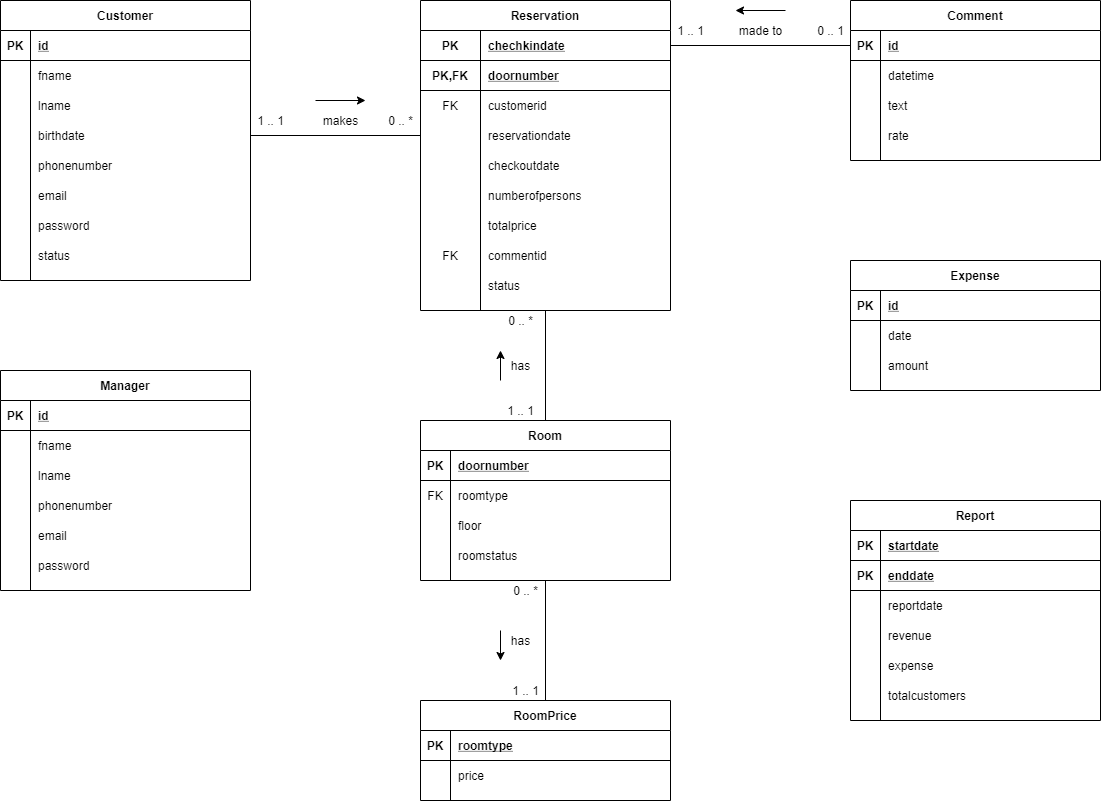
Earlier version of the draw.io export erdiagram.png (fatihfurkanaydemir/ffahotel). Source tidied: cells renumbered, new cells last; positions are measured from the earlier drawing's top-left corner, leaving out a move shared by most shapes.
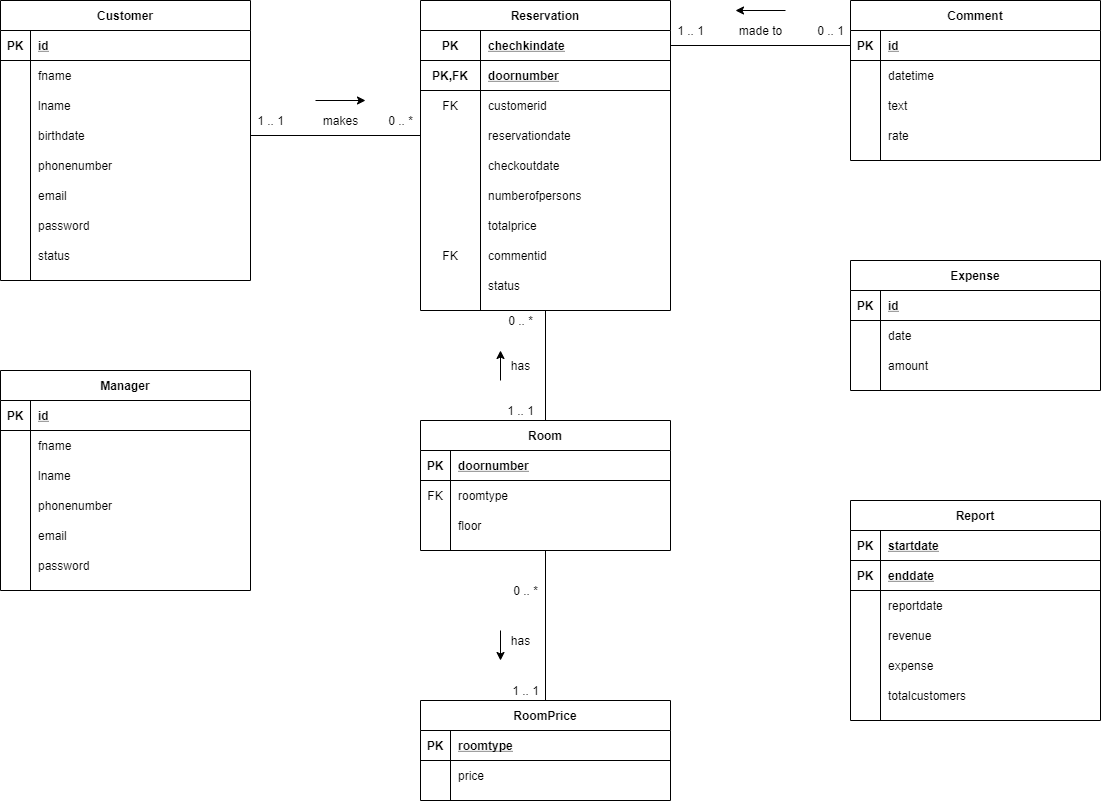
The same diagram one commit later.

Change to the diagram source:
```diff
@@ -180,7 +180,7 @@
       </mxGeometry>
     </mxCell>
     <mxCell id="60" value="Room" style="shape=table;startSize=30;rowLines=0;fontStyle=1;align=center;" parent="1" vertex="1">
-      <mxGeometry x="420" y="420" width="250" height="160" as="geometry" />
+      <mxGeometry x="420" y="420" width="250" height="130" as="geometry" />
     </mxCell>
     <mxCell id="61" style="shape=partialRectangle;fillColor=none;top=0;left=0;right=0;bottom=1;" parent="60" vertex="1">
       <mxGeometry y="30" width="250" height="30" as="geometry" />
@@ -209,15 +209,6 @@
     <mxCell id="69" value="floor" style="shape=partialRectangle;overflow=hidden;fillColor=none;top=0;left=0;bottom=0;right=0;align=left;spacingLeft=6;" parent="67" vertex="1">
       <mxGeometry x="30" width="220" height="30" as="geometry" />
     </mxCell>
-    <mxCell id="70" style="shape=partialRectangle;fillColor=none;top=0;left=0;right=0;bottom=0;" parent="60" vertex="1">
-      <mxGeometry y="120" width="250" height="30" as="geometry" />
-    </mxCell>
-    <mxCell id="71" style="shape=partialRectangle;overflow=hidden;fillColor=none;top=0;left=0;bottom=0;right=0;" parent="70" vertex="1">
-      <mxGeometry width="30" height="30" as="geometry" />
-    </mxCell>
-    <mxCell id="72" value="roomstatus" style="shape=partialRectangle;overflow=hidden;fillColor=none;top=0;left=0;bottom=0;right=0;align=left;spacingLeft=6;" parent="70" vertex="1">
-      <mxGeometry x="30" width="220" height="30" as="geometry" />
-    </mxCell>
     <mxCell id="73" style="endArrow=none;html=1;exitX=0.5;exitY=0;exitDx=0;exitDy=0;entryX=0.5;entryY=1;entryDx=0;entryDy=0;" parent="1" edge="1" source="60" target="27">
       <mxGeometry relative="1" as="geometry" />
     </mxCell>
```
